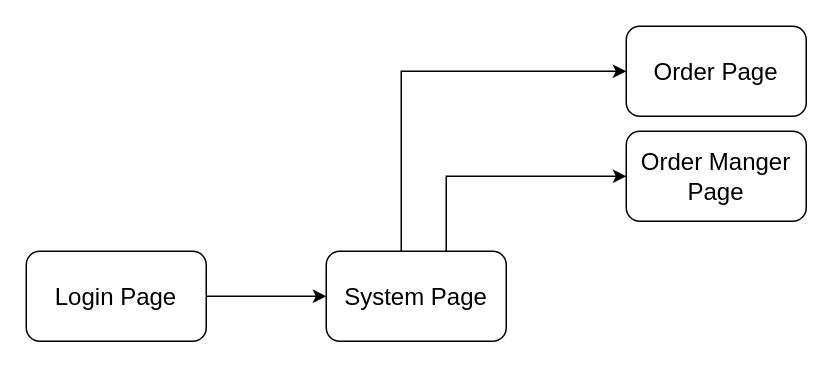
Before: Untitled Diagram.drawio in JeffLiHK/java-tool, a draw.io diagram. Source tidied: cells renumbered, new cells numbered last; positions are measured from the earlier drawing's top-left corner, leaving out a move shared by most shapes. Both pictures are drawn from the tidied source at 150%, with x=0, y=0 at pixel (26, 26).
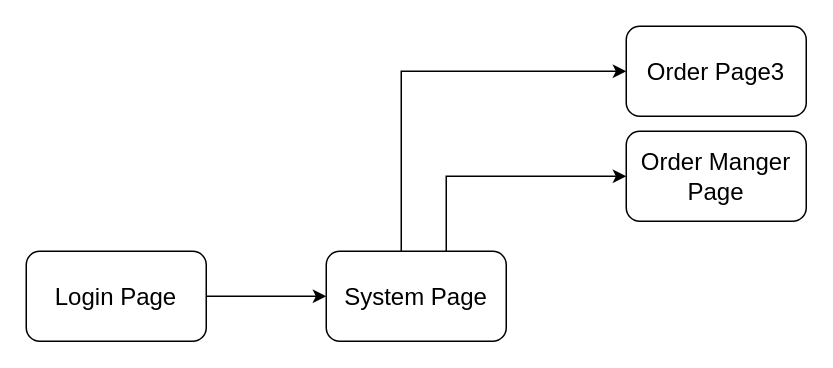
The same page after the edit.

Diff of the diagram source:
```diff
@@
 <mxGraphModel>
   <root>
     <mxCell id="0" />
     <mxCell id="1" parent="0" />
     <mxCell id="2" style="edgeStyle=orthogonalEdgeStyle;rounded=0;jettySize=auto;html=1;fontSize=18;" parent="1" edge="1" source="3" target="6">
       <mxGeometry relative="1" as="geometry" />
     </mxCell>
     <mxCell id="3" value="&lt;font style=&quot;font-size: 16px;&quot;&gt;Login Page&lt;/font&gt;" style="rounded=1;whiteSpace=wrap;html=1;fontSize=16;" parent="1" vertex="1">
       <mxGeometry y="150" width="120" height="60" as="geometry" />
     </mxCell>
     <mxCell id="4" style="edgeStyle=orthogonalEdgeStyle;rounded=0;jettySize=auto;html=1;fontSize=16;" parent="1" edge="1" source="6" target="7">
       <mxGeometry relative="1" as="geometry">
         <Array as="points">
           <mxPoint x="250" y="30" />
         </Array>
       </mxGeometry>
     </mxCell>
     <mxCell id="5" style="edgeStyle=orthogonalEdgeStyle;rounded=0;jettySize=auto;html=1;fontSize=16;" parent="1" edge="1" source="6" target="8">
       <mxGeometry relative="1" as="geometry">
         <Array as="points">
           <mxPoint x="280" y="100" />
         </Array>
       </mxGeometry>
     </mxCell>
     <mxCell id="6" value="System Page" style="whiteSpace=wrap;html=1;rounded=1;fontSize=16;" parent="1" vertex="1">
       <mxGeometry x="200" y="150" width="120" height="60" as="geometry" />
     </mxCell>
-    <mxCell id="7" value="Order Page" style="whiteSpace=wrap;html=1;rounded=1;fontSize=16;" parent="1" vertex="1">
+    <mxCell id="7" value="Order Page3" style="whiteSpace=wrap;html=1;rounded=1;fontSize=16;" parent="1" vertex="1">
       <mxGeometry x="400" width="120" height="60" as="geometry" />
     </mxCell>
     <mxCell id="8" value="Order Manger Page" style="whiteSpace=wrap;html=1;rounded=1;fontSize=16;" parent="1" vertex="1">
       <mxGeometry x="400" y="70" width="120" height="60" as="geometry" />
     </mxCell>
   </root>
 </mxGraphModel>
```
